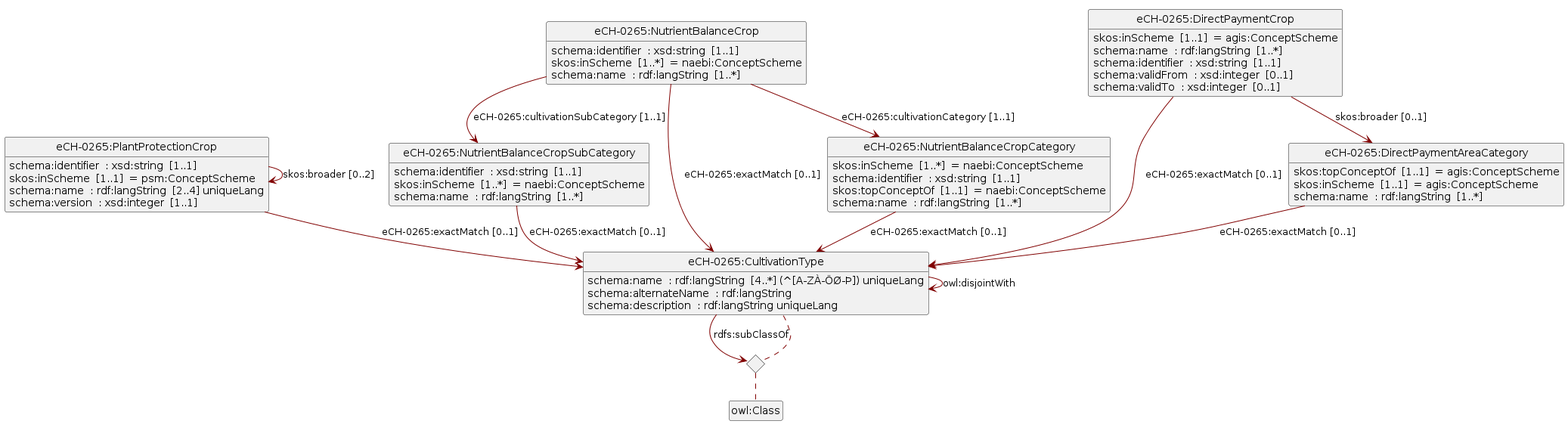
blw-ofag-ufag/eCH-0265 keeps this PlantUML diagram as assets/img/uml.png. Above is the earlier version.
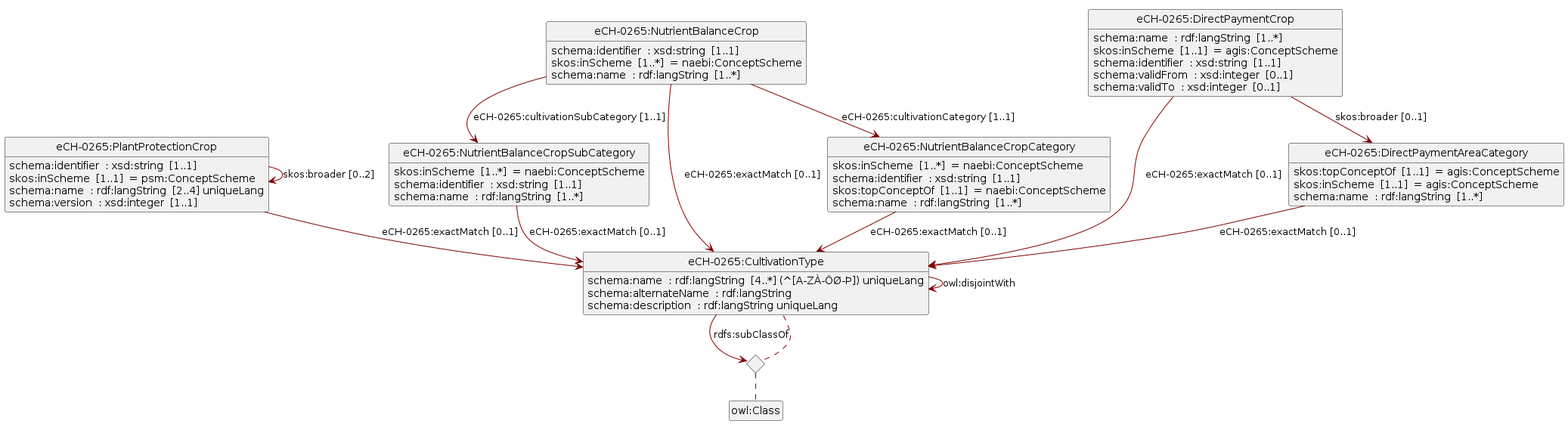
After the commit.

Change to the diagram source:
```diff
@@ -9,8 +9,8 @@
 skinparam ArrowColor #Maroon
 set namespaceSeparator none
 Class "eCH-0265:NutrientBalanceCropSubCategory"
+"eCH-0265:NutrientBalanceCropSubCategory" : skos:inScheme  [1..*]  = naebi:ConceptScheme
 "eCH-0265:NutrientBalanceCropSubCategory" : schema:identifier  : xsd:string  [1..1]
-"eCH-0265:NutrientBalanceCropSubCategory" : skos:inScheme  [1..*]  = naebi:ConceptScheme
 "eCH-0265:NutrientBalanceCropSubCategory" : schema:name  : rdf:langString  [1..*]
 "eCH-0265:NutrientBalanceCropSubCategory" --> "eCH-0265:CultivationType" : eCH-0265:exactMatch<U+00A0>[0..1]
 Class "eCH-0265:PlantProtectionCrop"
@@ -34,8 +34,8 @@
 "eCH-0265:NutrientBalanceCrop" --> "eCH-0265:NutrientBalanceCropCategory" : eCH-0265:cultivationCategory<U+00A0>[1..1]
 "eCH-0265:NutrientBalanceCrop" --> "eCH-0265:CultivationType" : eCH-0265:exactMatch<U+00A0>[0..1]
 Class "eCH-0265:DirectPaymentCrop"
+"eCH-0265:DirectPaymentCrop" : schema:name  : rdf:langString  [1..*]
 "eCH-0265:DirectPaymentCrop" : skos:inScheme  [1..1]  = agis:ConceptScheme
-"eCH-0265:DirectPaymentCrop" : schema:name  : rdf:langString  [1..*]
 "eCH-0265:DirectPaymentCrop" : schema:identifier  : xsd:string  [1..1]
 "eCH-0265:DirectPaymentCrop" : schema:validFrom  : xsd:integer  [0..1]
 "eCH-0265:DirectPaymentCrop" : schema:validTo  : xsd:integer  [0..1]
@@ -45,10 +45,10 @@
 "eCH-0265:CultivationType" : schema:name  : rdf:langString  [4..*] {field} (^[A-ZÀ-ÖØ-Þ]) uniqueLang
 "eCH-0265:CultivationType" : schema:alternateName  : rdf:langString
 "eCH-0265:CultivationType" : schema:description  : rdf:langString uniqueLang
-<> diamond_CultivationType_f8e8460c1bdf19334aeb1351602190e9
-"eCH-0265:CultivationType" --> "diamond_CultivationType_f8e8460c1bdf19334aeb1351602190e9" : rdfs:subClassOf
-diamond_CultivationType_f8e8460c1bdf19334aeb1351602190e9 ..  "eCH-0265:CultivationType"
-diamond_CultivationType_f8e8460c1bdf19334aeb1351602190e9 ..  "owl:Class"
+<> diamond_CultivationType_44adc0093546716236c63c4921de4f20
+"eCH-0265:CultivationType" --> "diamond_CultivationType_44adc0093546716236c63c4921de4f20" : rdfs:subClassOf
+diamond_CultivationType_44adc0093546716236c63c4921de4f20 ..  "eCH-0265:CultivationType"
+diamond_CultivationType_44adc0093546716236c63c4921de4f20 ..  "owl:Class"
 "eCH-0265:CultivationType" --> "eCH-0265:CultivationType" : owl:disjointWith
 Class "eCH-0265:DirectPaymentAreaCategory"
 "eCH-0265:DirectPaymentAreaCategory" : skos:topConceptOf  [1..1]  = agis:ConceptScheme
```
